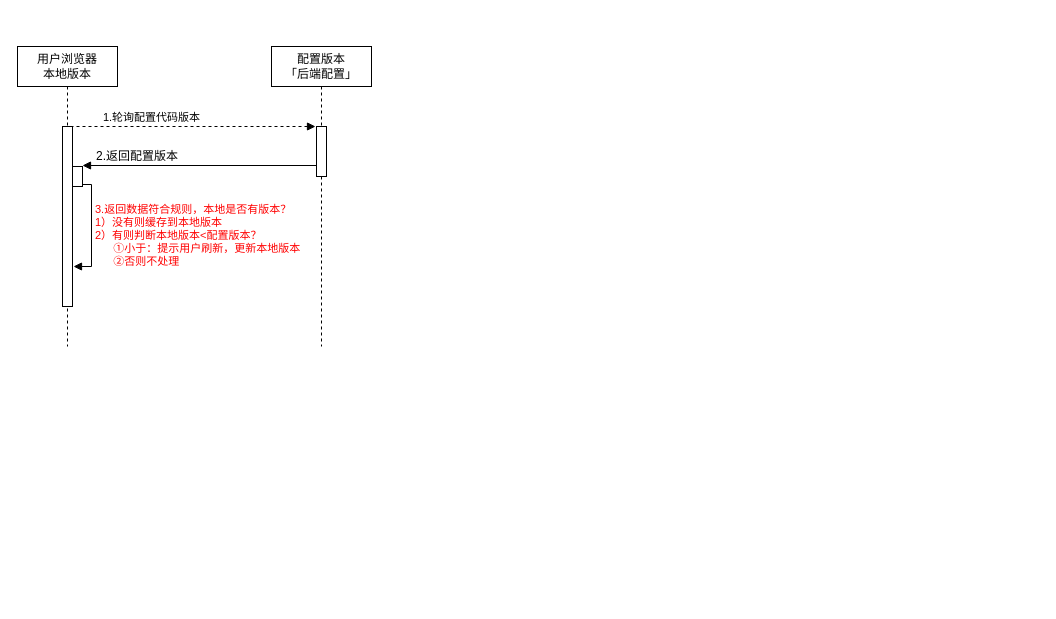
Before: 通知用户刷新.drawio in aicaigroup/-, a draw.io diagram. Source tidied: cells renumbered, new cells numbered last; positions are measured from the earlier drawing's top-left corner, leaving out a move shared by most shapes. Both pictures are drawn from the tidied source at 100%, with x=0, y=0 at pixel (17, 46).
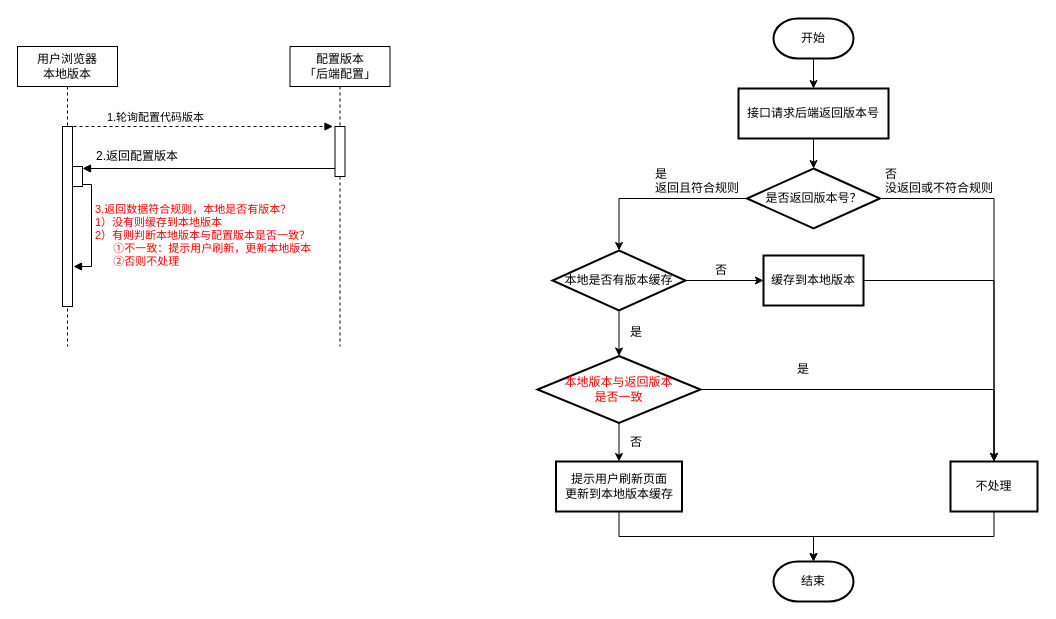
The same diagram, later.

Commit message:
更新通知用户刷新.drawio

Unchanged cells that the change refers to:
```xml
<mxCell id="3" style="html=1;points=[];perimeter=orthogonalPerimeter;" parent="2" vertex="1">
  <mxGeometry x="45" y="80" width="10" height="180" as="geometry" />
</mxCell>
<mxCell id="5" style="html=1;points=[];perimeter=orthogonalPerimeter;" parent="4" vertex="1">
  <mxGeometry x="45" y="80" width="10" height="50" as="geometry" />
</mxCell>
```

What changed in the source:
```diff
@@
+    <mxCell id="11" style="edgeStyle=orthogonalEdgeStyle;rounded=0;jettySize=auto;html=1;entryX=0.5;entryY=0;entryDx=0;entryDy=0;" parent="1" edge="1" source="12" target="14">
+      <mxGeometry relative="1" as="geometry" />
+    </mxCell>
+    <mxCell id="12" value="开始" style="strokeWidth=2;html=1;shape=mxgraph.flowchart.terminator;whiteSpace=wrap;gradientColor=none;" parent="1" vertex="1">
+      <mxGeometry x="756" y="-28" width="80" height="40" as="geometry" />
+    </mxCell>
+    <mxCell id="13" style="edgeStyle=orthogonalEdgeStyle;rounded=0;jettySize=auto;html=1;exitX=0.5;exitY=1;exitDx=0;exitDy=0;entryX=0.5;entryY=0;entryDx=0;entryDy=0;entryPerimeter=0;" parent="1" edge="1" source="14" target="17">
+      <mxGeometry relative="1" as="geometry" />
+    </mxCell>
+    <mxCell id="14" value="接口请求后端返回版本号" style="rounded=0;whiteSpace=wrap;html=1;absoluteArcSize=1;arcSize=14;strokeWidth=2;" parent="1" vertex="1">
+      <mxGeometry x="721" y="42" width="150" height="50" as="geometry" />
+    </mxCell>
+    <mxCell id="15" style="edgeStyle=orthogonalEdgeStyle;rounded=0;jettySize=auto;html=1;exitX=1;exitY=0.5;exitDx=0;exitDy=0;exitPerimeter=0;entryX=0.5;entryY=0;entryDx=0;entryDy=0;" parent="1" edge="1" source="17" target="19">
+      <mxGeometry relative="1" as="geometry" />
+    </mxCell>
+    <mxCell id="16" style="edgeStyle=orthogonalEdgeStyle;rounded=0;jettySize=auto;html=1;exitX=0;exitY=0.5;exitDx=0;exitDy=0;exitPerimeter=0;entryX=0.5;entryY=0;entryDx=0;entryDy=0;entryPerimeter=0;" parent="1" edge="1" source="17" target="23">
+      <mxGeometry relative="1" as="geometry" />
+    </mxCell>
+    <mxCell id="17" value="是否返回版本号？" style="strokeWidth=2;html=1;shape=mxgraph.flowchart.decision;whiteSpace=wrap;rounded=0;gradientColor=none;" parent="1" vertex="1">
+      <mxGeometry x="729.5" y="122" width="133" height="60" as="geometry" />
+    </mxCell>
+    <mxCell id="18" style="edgeStyle=orthogonalEdgeStyle;rounded=0;jettySize=auto;html=1;exitX=0.5;exitY=1;exitDx=0;exitDy=0;entryX=0.5;entryY=0;entryDx=0;entryDy=0;entryPerimeter=0;" parent="1" edge="1" source="19" target="35">
+      <mxGeometry relative="1" as="geometry" />
+    </mxCell>
+    <mxCell id="19" value="不处理" style="rounded=0;whiteSpace=wrap;html=1;gradientColor=none;strokeWidth=2;" parent="1" vertex="1">
+      <mxGeometry x="933" y="415" width="87" height="50" as="geometry" />
+    </mxCell>
+    <mxCell id="20" value="否&lt;br&gt;没返回或不符合规则" style="text;html=1;align=left;verticalAlign=top;spacingTop=-4;" parent="1" vertex="1">
+      <mxGeometry x="866" y="118" width="120" height="30" as="geometry" />
+    </mxCell>
+    <mxCell id="21" style="edgeStyle=orthogonalEdgeStyle;rounded=0;jettySize=auto;html=1;exitX=1;exitY=0.5;exitDx=0;exitDy=0;exitPerimeter=0;entryX=0;entryY=0.5;entryDx=0;entryDy=0;" parent="1" edge="1" source="23" target="26">
+      <mxGeometry relative="1" as="geometry" />
+    </mxCell>
+    <mxCell id="22" style="edgeStyle=orthogonalEdgeStyle;rounded=0;jettySize=auto;html=1;exitX=0.5;exitY=1;exitDx=0;exitDy=0;exitPerimeter=0;entryX=0.5;entryY=0;entryDx=0;entryDy=0;entryPerimeter=0;" parent="1" edge="1" source="23" target="30">
+      <mxGeometry relative="1" as="geometry" />
+    </mxCell>
+    <mxCell id="23" value="本地是否有版本缓存" style="strokeWidth=2;html=1;shape=mxgraph.flowchart.decision;whiteSpace=wrap;rounded=0;gradientColor=none;" parent="1" vertex="1">
+      <mxGeometry x="535" y="204" width="133" height="60" as="geometry" />
+    </mxCell>
+    <mxCell id="24" value="是&lt;br&gt;返回且符合规则" style="text;html=1;align=left;verticalAlign=top;spacingTop=-4;" parent="1" vertex="1">
+      <mxGeometry x="636" y="118" width="100" height="30" as="geometry" />
+    </mxCell>
+    <mxCell id="25" style="edgeStyle=orthogonalEdgeStyle;rounded=0;jettySize=auto;html=1;exitX=1;exitY=0.5;exitDx=0;exitDy=0;entryX=0.5;entryY=0;entryDx=0;entryDy=0;" parent="1" edge="1" source="26" target="19">
+      <mxGeometry relative="1" as="geometry" />
+    </mxCell>
+    <mxCell id="26" value="缓存到本地版本" style="rounded=0;whiteSpace=wrap;html=1;gradientColor=none;strokeWidth=2;" parent="1" vertex="1">
+      <mxGeometry x="746" y="209" width="100" height="50" as="geometry" />
+    </mxCell>
+    <mxCell id="27" value="否" style="text;html=1;align=left;verticalAlign=top;spacingTop=-4;" parent="1" vertex="1">
+      <mxGeometry x="696" y="214" width="30" height="20" as="geometry" />
+    </mxCell>
+    <mxCell id="28" style="edgeStyle=orthogonalEdgeStyle;rounded=0;jettySize=auto;html=1;exitX=0.5;exitY=1;exitDx=0;exitDy=0;exitPerimeter=0;entryX=0.5;entryY=0;entryDx=0;entryDy=0;" parent="1" edge="1" source="30" target="33">
+      <mxGeometry relative="1" as="geometry" />
+    </mxCell>
+    <mxCell id="29" style="edgeStyle=orthogonalEdgeStyle;rounded=0;jettySize=auto;html=1;exitX=1;exitY=0.5;exitDx=0;exitDy=0;exitPerimeter=0;entryX=0.5;entryY=0;entryDx=0;entryDy=0;" parent="1" edge="1" source="30" target="19">
+      <mxGeometry relative="1" as="geometry" />
+    </mxCell>
+    <mxCell id="30" value="&lt;font color=&quot;#ff0000&quot;&gt;本地版本与返回版本&lt;br&gt;是否一致&lt;br&gt;&lt;/font&gt;" style="strokeWidth=2;html=1;shape=mxgraph.flowchart.decision;whiteSpace=wrap;rounded=0;gradientColor=none;" parent="1" vertex="1">
+      <mxGeometry x="520" y="309.5" width="163" height="67" as="geometry" />
+    </mxCell>
+    <mxCell id="31" value="是" style="text;html=1;align=left;verticalAlign=top;spacingTop=-4;" parent="1" vertex="1">
+      <mxGeometry x="611" y="276" width="30" height="20" as="geometry" />
+    </mxCell>
+    <mxCell id="32" style="edgeStyle=orthogonalEdgeStyle;rounded=0;jettySize=auto;html=1;exitX=0.5;exitY=1;exitDx=0;exitDy=0;entryX=0.5;entryY=0;entryDx=0;entryDy=0;entryPerimeter=0;" parent="1" edge="1" source="33" target="35">
+      <mxGeometry relative="1" as="geometry" />
+    </mxCell>
+    <mxCell id="33" value="提示用户刷新页面&lt;br&gt;更新到本地版本缓存" style="rounded=0;whiteSpace=wrap;html=1;gradientColor=none;strokeWidth=2;" parent="1" vertex="1">
+      <mxGeometry x="538.5" y="415" width="126" height="50" as="geometry" />
+    </mxCell>
+    <mxCell id="34" value="是" style="text;html=1;align=left;verticalAlign=top;spacingTop=-4;" parent="1" vertex="1">
+      <mxGeometry x="778" y="313" width="30" height="20" as="geometry" />
+    </mxCell>
+    <mxCell id="35" value="结束" style="strokeWidth=2;html=1;shape=mxgraph.flowchart.terminator;whiteSpace=wrap;gradientColor=none;" parent="1" vertex="1">
+      <mxGeometry x="756" y="515" width="80" height="40" as="geometry" />
+    </mxCell>
@@
     <mxCell id="4" value="配置版本&lt;br&gt;「后端配置」" style="shape=umlLifeline;perimeter=lifelinePerimeter;whiteSpace=wrap;html=1;" parent="1" vertex="1">
-      <mxGeometry x="254" width="100" height="300" as="geometry" />
+      <mxGeometry x="272.5" width="100" height="300" as="geometry" />
     </mxCell>
@@
-    <mxCell id="6" value="1.轮询配置代码版本" style="html=1;verticalAlign=bottom;endArrow=block;strokeWidth=1;dashed=1;entryX=-0.1;entryY=0;entryDx=0;entryDy=0;entryPerimeter=0;exitX=0.8;exitY=0;exitDx=0;exitDy=0;exitPerimeter=0;" parent="1" edge="1" source="3" target="5">
-      <mxGeometry x="-0.34" relative="1" as="geometry" />
+    <mxCell id="6" value="1.轮询配置代码版本" style="html=1;verticalAlign=bottom;endArrow=block;strokeWidth=1;dashed=1;entryX=-0.2;entryY=0;entryDx=0;entryDy=0;entryPerimeter=0;exitX=0.8;exitY=0;exitDx=0;exitDy=0;exitPerimeter=0;" parent="1" edge="1" target="5">
+      <mxGeometry x="-0.34" relative="1" as="geometry">
+        <mxPoint x="50" y="80" as="sourcePoint" />
+      </mxGeometry>
     </mxCell>
-    <mxCell id="7" style="edgeStyle=none;rounded=0;jettySize=auto;html=0;startArrow=none;startFill=0;endArrow=block;endFill=1;strokeWidth=1;entryX=1;entryY=-0.05;entryDx=0;entryDy=0;entryPerimeter=0;" parent="1" edge="1" source="5" target="9">
-      <mxGeometry relative="1" as="geometry" />
-    </mxCell>
@@
-    <mxCell id="9" style="html=1;points=[];perimeter=orthogonalPerimeter;" parent="1" vertex="1">
-      <mxGeometry x="55" y="120" width="10" height="20" as="geometry" />
-    </mxCell>
-    <mxCell id="10" value="&lt;font color=&quot;#ff0000&quot;&gt;3.返回数据符合规则，本地是否有版本？&lt;br&gt;1）没有则缓存到本地版本&lt;br&gt;2）有则判断本地版本&amp;lt;配置版本？&lt;br&gt;&amp;nbsp; &amp;nbsp; &amp;nbsp; ①小于：提示用户刷新，更新本地版本&lt;br&gt;&amp;nbsp; &amp;nbsp; &amp;nbsp; ②否则不处理&lt;/font&gt;" style="edgeStyle=orthogonalEdgeStyle;html=1;align=left;spacingLeft=2;endArrow=block;rounded=0;exitX=1;exitY=0.9;exitDx=0;exitDy=0;exitPerimeter=0;" parent="1" edge="1" source="9">
-      <mxGeometry x="0.1" relative="1" as="geometry">
-        <mxPoint x="56" y="220" as="targetPoint" />
-        <Array as="points">
-          <mxPoint x="74" y="138" />
-          <mxPoint x="74" y="220" />
-        </Array>
-      </mxGeometry>
-    </mxCell>
+    <mxCell id="36" style="html=1;points=[];perimeter=orthogonalPerimeter;" parent="1" vertex="1">
+      <mxGeometry x="55" y="120" width="10" height="20" as="geometry" />
+    </mxCell>
+    <mxCell id="37" value="&lt;font color=&quot;#ff0000&quot;&gt;3.返回数据符合规则，本地是否有版本？&lt;br&gt;1）没有则缓存到本地版本&lt;br&gt;2）有则判断本地版本与配置版本是否一致？&lt;br&gt;&amp;nbsp; &amp;nbsp; &amp;nbsp; ①不一致：提示用户刷新，更新本地版本&lt;br&gt;&amp;nbsp; &amp;nbsp; &amp;nbsp; ②否则不处理&lt;/font&gt;" style="edgeStyle=orthogonalEdgeStyle;html=1;align=left;spacingLeft=2;endArrow=block;rounded=0;exitX=1;exitY=0.9;exitDx=0;exitDy=0;exitPerimeter=0;" parent="1" edge="1" source="36">
+      <mxGeometry x="0.1" relative="1" as="geometry">
+        <mxPoint x="56" y="220" as="targetPoint" />
+        <Array as="points">
+          <mxPoint x="74" y="138" />
+          <mxPoint x="74" y="220" />
+        </Array>
+      </mxGeometry>
+    </mxCell>
+    <mxCell id="38" style="edgeStyle=orthogonalEdgeStyle;rounded=0;jettySize=auto;html=1;entryX=1;entryY=0.1;entryDx=0;entryDy=0;entryPerimeter=0;exitX=0;exitY=0.84;exitDx=0;exitDy=0;exitPerimeter=0;endArrow=block;endFill=1;" parent="1" edge="1" source="5" target="36">
+      <mxGeometry relative="1" as="geometry" />
+    </mxCell>
+    <mxCell id="39" value="否" style="text;html=1;align=left;verticalAlign=top;spacingTop=-4;" parent="1" vertex="1">
+      <mxGeometry x="611" y="386" width="30" height="20" as="geometry" />
+    </mxCell>
```
